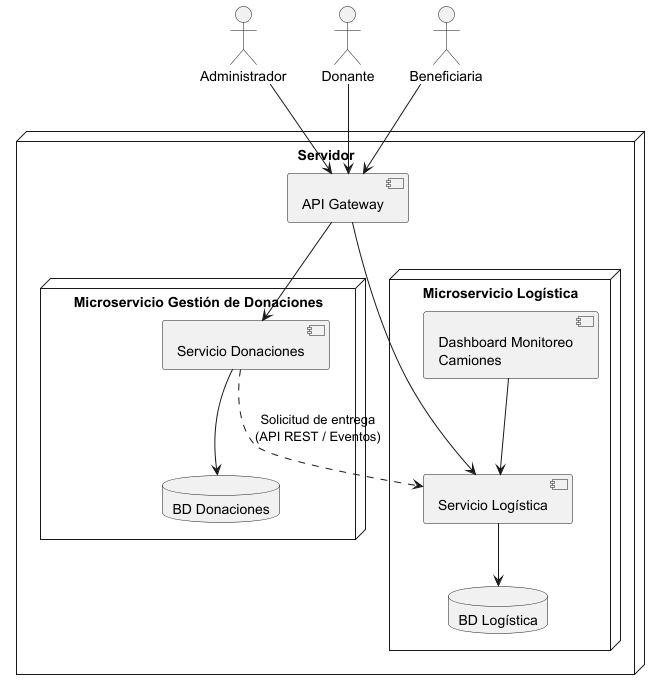
This is Diagramas/diagramaDeDespliegue_ENTREGA_2.png from snmaccio-dev/TPA-DDS, a PlantUML export, as it was before one commit.
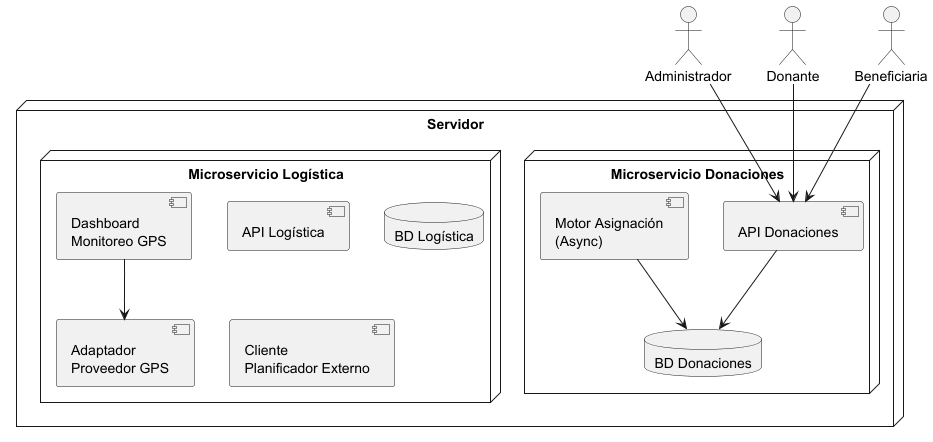
The same file after the commit.

Commit message:
Diagrama de despliegue

What changed in the source:
```diff
@@ -4,44 +4,48 @@
 actor Donante
 actor Beneficiaria
 
+
 node "Servidor" {
 
-    node "Microservicio Gestión de Donaciones" {
 
-        component "Servicio Donaciones" as donaciones
+node "Microservicio Donaciones" {
 
-        database "BD Donaciones" as dbDonaciones
+component "API Donaciones" as apiDonaciones
 
-        donaciones --> dbDonaciones
-    }
+database "BD Donaciones" as bdDonaciones
+
+component "Motor Asignación\n(Async)" as motor
 
 
-    node "Microservicio Logística" {
+apiDonaciones --> bdDonaciones
+motor --> bdDonaciones
 
-        component "Servicio Logística" as logistica
-
-        component "Dashboard Monitoreo\nCamiones" as dashboard
-
-        database "BD Logística" as dbLogistica
-
-        logistica --> dbLogistica
-        dashboard --> logistica
-    }
-
-
-    component "API Gateway" as gateway
-
-    gateway --> donaciones
-    gateway --> logistica
 }
 
 
-Administrador --> gateway
-Donante --> gateway
-Beneficiaria --> gateway
+node "Microservicio Logística" {
+
+component "API Logística" as apiLogistica
+
+database "BD Logística" as bdLogistica
+
+component "Dashboard\nMonitoreo GPS" as dashboard
+
+component "Adaptador\nProveedor GPS" as gps
+
+component "Cliente\nPlanificador Externo" as planner
 
 
-donaciones ..> logistica : Solicitud de entrega\n(API REST / Eventos)
+dashboard --> gps
+
+}
 
 
+}
+
+
+Administrador --> apiDonaciones
+Donante --> apiDonaciones
+Beneficiaria --> apiDonaciones
+
 @enduml
```
